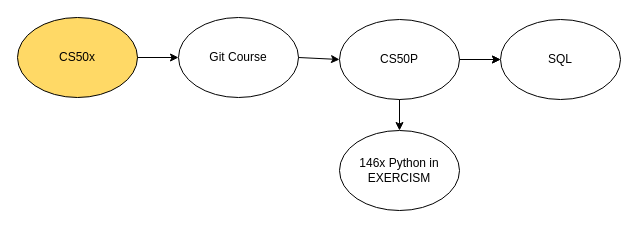
This is Notes/My CS Roadmap.drawio from wunschzettel891/Workbench, a draw.io file, before an edit. Source tidied: cells renumbered, new cells numbered last; positions are measured from the earlier drawing's top-left corner, leaving out a move shared by most shapes. Both pictures are drawn from the tidied source at 100%, with x=0, y=0 at pixel (17, 17).
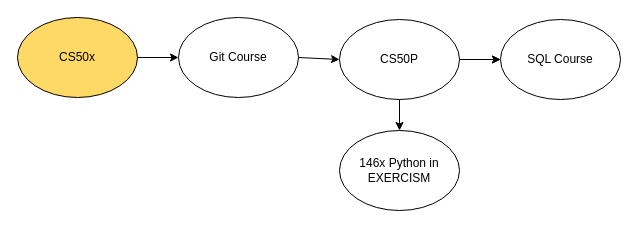
Above is the later version.

Change to the diagram source:
```diff
@@
 <mxGraphModel background="light-dark(#FFFFFF,#FFFFFF)">
   <root>
     <mxCell id="0" />
     <mxCell id="1" parent="0" />
     <mxCell id="2" value="&lt;span style=&quot;color: light-dark(rgb(0, 0, 0), rgb(0, 0, 0));&quot;&gt;&lt;span style=&quot;color: light-dark(rgb(0, 0, 0), rgb(0, 0, 0));&quot;&gt;CS50&lt;/span&gt;x&lt;/span&gt;" style="ellipse;whiteSpace=wrap;html=1;fillColor=light-dark(#FFD966,#FFD966);fillStyle=solid;strokeColor=light-dark(#000000,#000000);" parent="1" vertex="1">
       <mxGeometry width="120" height="80" as="geometry" />
     </mxCell>
     <mxCell id="3" value="Git Course" style="ellipse;whiteSpace=wrap;html=1;fillColor=light-dark(#FFFFFF,#FFFFFF);fillStyle=solid;fontColor=light-dark(#000000,#000000);strokeColor=light-dark(#000000,#000000);" parent="1" vertex="1">
       <mxGeometry x="161" width="120" height="80" as="geometry" />
     </mxCell>
     <mxCell id="4" style="endArrow=classic;html=1;rounded=0;exitX=1;exitY=0.5;exitDx=0;exitDy=0;entryX=0;entryY=0.5;entryDx=0;entryDy=0;strokeColor=light-dark(#000000,#000000);" parent="1" edge="1" source="2" target="3">
       <mxGeometry relative="1" as="geometry" />
     </mxCell>
     <mxCell id="5" style="edgeStyle=orthogonalEdgeStyle;rounded=0;jettySize=auto;html=1;" parent="1" edge="1" source="6" target="10">
       <mxGeometry relative="1" as="geometry" />
     </mxCell>
     <mxCell id="6" value="&lt;span style=&quot;&quot;&gt;CS50&lt;/span&gt;P" style="ellipse;whiteSpace=wrap;html=1;fillColor=light-dark(#FFFFFF,#FFFFFF);fillStyle=solid;fontColor=light-dark(#000000,#000000);strokeColor=light-dark(#000000,#000000);" parent="1" vertex="1">
       <mxGeometry x="322" y="2" width="120" height="80" as="geometry" />
     </mxCell>
     <mxCell id="7" style="endArrow=classic;html=1;rounded=0;exitX=1;exitY=0.5;exitDx=0;exitDy=0;entryX=0;entryY=0.5;entryDx=0;entryDy=0;strokeColor=light-dark(#000000,#000000);" parent="1" edge="1" source="3" target="6">
       <mxGeometry relative="1" as="geometry" />
     </mxCell>
     <mxCell id="8" value="146x Python in EXERCISM" style="ellipse;whiteSpace=wrap;html=1;fillColor=light-dark(#FFFFFF,#FFFFFF);fillStyle=solid;fontColor=light-dark(#000000,#000000);strokeColor=light-dark(#000000,#000000);" parent="1" vertex="1">
       <mxGeometry x="322" y="113" width="120" height="80" as="geometry" />
     </mxCell>
     <mxCell id="9" style="endArrow=classic;html=1;rounded=0;exitX=0.5;exitY=1;exitDx=0;exitDy=0;strokeColor=light-dark(#000000,#000000);" parent="1" edge="1" source="6" target="8">
       <mxGeometry relative="1" as="geometry" />
     </mxCell>
-    <mxCell id="10" value="SQL" style="ellipse;whiteSpace=wrap;html=1;fillColor=light-dark(#FFFFFF,#FFFFFF);fillStyle=solid;fontColor=light-dark(#000000,#000000);strokeColor=light-dark(#000000,#000000);" parent="1" vertex="1">
+    <mxCell id="10" value="SQL Course" style="ellipse;whiteSpace=wrap;html=1;fillColor=light-dark(#FFFFFF,#FFFFFF);fillStyle=solid;fontColor=light-dark(#000000,#000000);strokeColor=light-dark(#000000,#000000);" parent="1" vertex="1">
       <mxGeometry x="483" y="2" width="120" height="80" as="geometry" />
     </mxCell>
     <mxCell id="11" style="endArrow=classic;html=1;rounded=0;exitX=1;exitY=0.5;exitDx=0;exitDy=0;entryX=0;entryY=0.5;entryDx=0;entryDy=0;strokeColor=light-dark(#000000,#000000);" parent="1" edge="1" source="6" target="10">
       <mxGeometry relative="1" as="geometry" />
     </mxCell>
   </root>
 </mxGraphModel>
```
